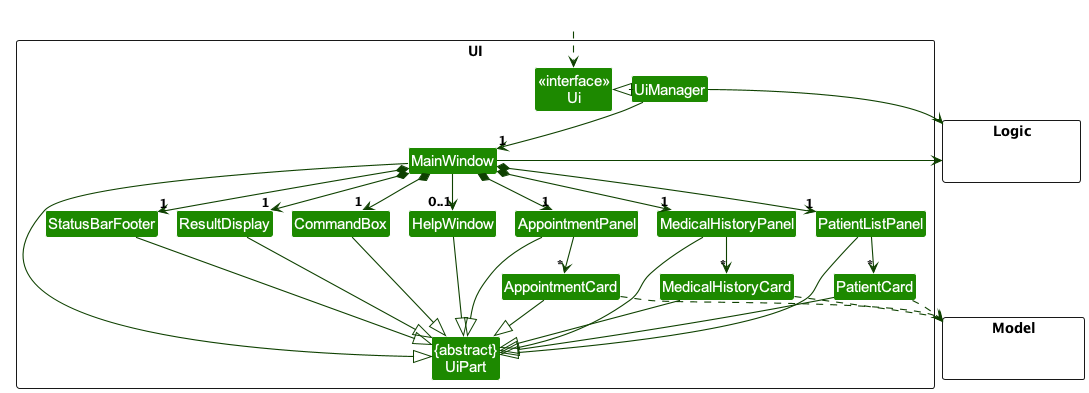
Earlier version of the PlantUML export docs/images/UiClassDiagram.png (pangyyen/tp). The source it was exported from:
```plantuml
@startuml
!include style.puml
!pragma layout smetana
skinparam arrowThickness 1.1
skinparam arrowColor UI_COLOR_T4
skinparam classBackgroundColor UI_COLOR

package UI <<Rectangle>>{
Class "<<interface>>\nUi" as Ui
Class "{abstract}\nUiPart" as UiPart
Class UiManager
Class MainWindow
Class HelpWindow
Class ResultDisplay
Class PatientListPanel
Class PatientCard
Class StatusBarFooter
Class CommandBox
Class MedicalHistoryPanel
Class MedicalHistoryCard
Class AppointmentPanel
Class AppointmentCard
}

package Model <<Rectangle>> {
Class HiddenModel #FFFFFF
}

package Logic <<Rectangle>> {
Class HiddenLogic #FFFFFF
}

Class HiddenOutside #FFFFFF
HiddenOutside ..> Ui

UiManager .left.|> Ui
UiManager -down-> "1" MainWindow
MainWindow *-down->  "1" CommandBox
MainWindow *-down-> "1" ResultDisplay
MainWindow *-down-> "1" PatientListPanel
MainWindow *-down-> "1" AppointmentPanel
MainWindow *-down-> "1" MedicalHistoryPanel
MainWindow *-down-> "1" StatusBarFooter
MainWindow --> "0..1" HelpWindow

PatientListPanel -down-> "*" PatientCard
AppointmentPanel -down-> "*" AppointmentCard
MedicalHistoryPanel -down-> "*" MedicalHistoryCard

MainWindow -left-|> UiPart

ResultDisplay --|> UiPart
CommandBox --|> UiPart
PatientListPanel --|> UiPart
PatientCard --|> UiPart
AppointmentPanel --|> UiPart
AppointmentCard --|> UiPart
MedicalHistoryPanel --|> UiPart
MedicalHistoryCard --|> UiPart


StatusBarFooter --|> UiPart
HelpWindow --|> UiPart

PatientCard ..> Model
AppointmentCard ..> Model
MedicalHistoryCard ..> Model

UiManager -right-> Logic
MainWindow -left-> Logic

PatientListPanel -[hidden]left- HelpWindow
AppointmentPanel -[hidden]left- HelpWindow
MedicalHistoryPanel -[hidden]left- HelpWindow

HelpWindow -[hidden]left- CommandBox
CommandBox -[hidden]left- ResultDisplay
ResultDisplay -[hidden]left- StatusBarFooter


MainWindow -[hidden]-|> UiPart
@enduml
```
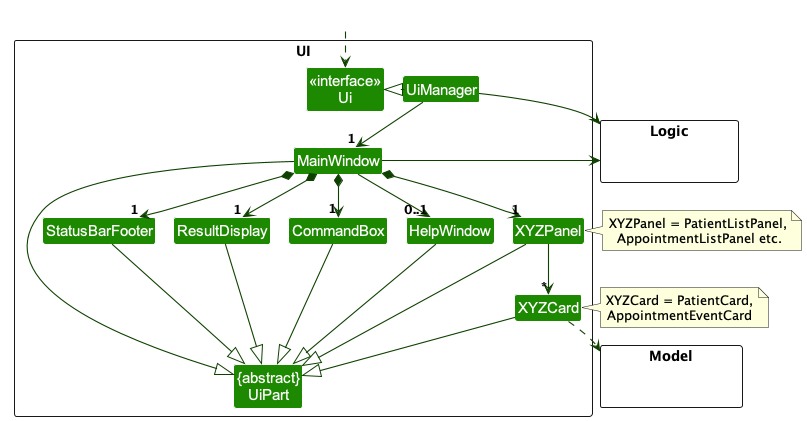
After the commit.

Commit message:
Update Ui Class Diagram

The edit, as a diff of the source:
```diff
@@ -12,14 +12,10 @@
 Class MainWindow
 Class HelpWindow
 Class ResultDisplay
-Class PatientListPanel
-Class PatientCard
+Class XYZPanel
+Class XYZCard
 Class StatusBarFooter
 Class CommandBox
-Class MedicalHistoryPanel
-Class MedicalHistoryCard
-Class AppointmentPanel
-Class AppointmentCard
 }
 
 package Model <<Rectangle>> {
@@ -37,41 +33,34 @@
 UiManager -down-> "1" MainWindow
 MainWindow *-down->  "1" CommandBox
 MainWindow *-down-> "1" ResultDisplay
-MainWindow *-down-> "1" PatientListPanel
-MainWindow *-down-> "1" AppointmentPanel
-MainWindow *-down-> "1" MedicalHistoryPanel
+MainWindow *-down-> "1" XYZPanel
 MainWindow *-down-> "1" StatusBarFooter
 MainWindow --> "0..1" HelpWindow
 
-PatientListPanel -down-> "*" PatientCard
-AppointmentPanel -down-> "*" AppointmentCard
-MedicalHistoryPanel -down-> "*" MedicalHistoryCard
+XYZPanel -down-> "*" XYZCard
 
 MainWindow -left-|> UiPart
 
 ResultDisplay --|> UiPart
 CommandBox --|> UiPart
-PatientListPanel --|> UiPart
-PatientCard --|> UiPart
-AppointmentPanel --|> UiPart
-AppointmentCard --|> UiPart
-MedicalHistoryPanel --|> UiPart
-MedicalHistoryCard --|> UiPart
+XYZPanel --|> UiPart
+XYZCard --|> UiPart
 
 
 StatusBarFooter --|> UiPart
 HelpWindow --|> UiPart
 
-PatientCard ..> Model
-AppointmentCard ..> Model
-MedicalHistoryCard ..> Model
+XYZCard ..> Model
 
 UiManager -right-> Logic
 MainWindow -left-> Logic
 
-PatientListPanel -[hidden]left- HelpWindow
-AppointmentPanel -[hidden]left- HelpWindow
-MedicalHistoryPanel -[hidden]left- HelpWindow
+XYZPanel -[hidden]left- HelpWindow
+note "XYZPanel = PatientListPanel,\n AppointmentListPanel etc." as N2
+note "XYZCard = PatientCard,\nAppointmentEventCard" as N3
+
+XYZPanel ....right> N2
+XYZCard ..right> N3
 
 HelpWindow -[hidden]left- CommandBox
 CommandBox -[hidden]left- ResultDisplay
```
